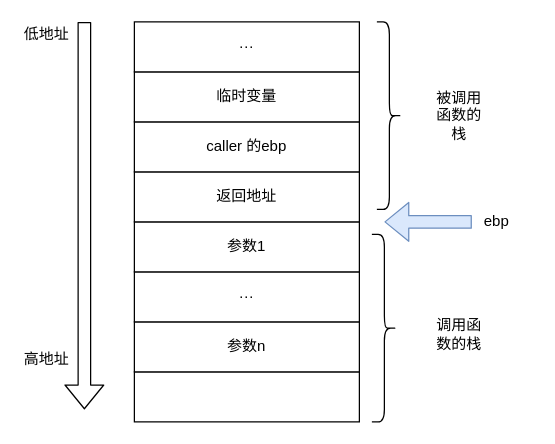
Above: call.drawio in 516030910307/new (draw.io), before the change. Source tidied: cells renumbered, new cells numbered last; positions are measured from the earlier drawing's top-left corner, leaving out a move shared by most shapes. Both pictures are drawn from the tidied source at 125%, with x=0, y=0 at pixel (21, 21).
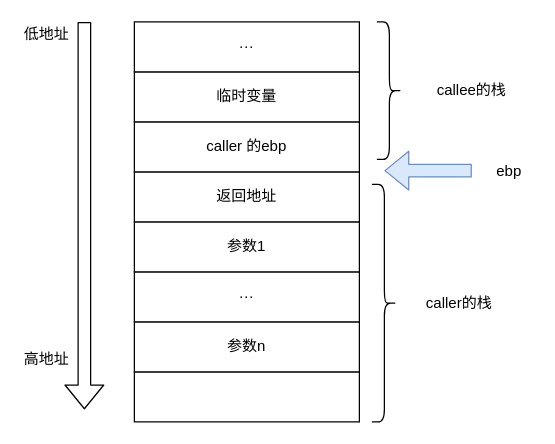
Above is the later version.

Change to the diagram source:
```diff
@@
     <mxCell id="13" style="shape=curlyBracket;whiteSpace=wrap;html=1;rounded=1;rotation=-180;" parent="1" vertex="1">
-      <mxGeometry x="280" y="170" width="20" height="150" as="geometry" />
+      <mxGeometry x="280" y="130" width="20" height="190" as="geometry" />
     </mxCell>
     <mxCell id="14" style="shape=curlyBracket;whiteSpace=wrap;html=1;rounded=1;rotation=-180;" parent="1" vertex="1">
-      <mxGeometry x="284" width="20" height="150" as="geometry" />
+      <mxGeometry x="284" width="20" height="110" as="geometry" />
     </mxCell>
-    <mxCell id="15" value="被调用函数的栈" style="text;html=1;strokeColor=none;fillColor=none;align=center;verticalAlign=middle;whiteSpace=wrap;rounded=0;" parent="1" vertex="1">
-      <mxGeometry x="330" y="65" width="40" height="20" as="geometry" />
+    <mxCell id="15" value="callee的栈" style="text;html=1;strokeColor=none;fillColor=none;align=center;verticalAlign=middle;whiteSpace=wrap;rounded=0;" parent="1" vertex="1">
+      <mxGeometry x="320" y="45" width="80" height="20" as="geometry" />
     </mxCell>
-    <mxCell id="16" value="调用函数的栈" style="text;html=1;strokeColor=none;fillColor=none;align=center;verticalAlign=middle;whiteSpace=wrap;rounded=0;" parent="1" vertex="1">
-      <mxGeometry x="330" y="240" width="40" height="20" as="geometry" />
+    <mxCell id="16" value="caller的栈" style="text;html=1;strokeColor=none;fillColor=none;align=center;verticalAlign=middle;whiteSpace=wrap;rounded=0;" parent="1" vertex="1">
+      <mxGeometry x="310" y="215" width="80" height="20" as="geometry" />
     </mxCell>
     <mxCell id="17" style="shape=flexArrow;endArrow=classic;html=1;fillColor=#dae8fc;strokeColor=#6c8ebf;" parent="1" edge="1">
       <mxGeometry relative="1" as="geometry">
-        <mxPoint x="360" y="160" as="sourcePoint" />
-        <mxPoint x="290" y="160" as="targetPoint" />
+        <mxPoint x="360" y="119" as="sourcePoint" />
+        <mxPoint x="290" y="119" as="targetPoint" />
       </mxGeometry>
     </mxCell>
     <mxCell id="18" value="ebp" style="text;html=1;strokeColor=none;fillColor=none;align=center;verticalAlign=middle;whiteSpace=wrap;rounded=0;" parent="1" vertex="1">
-      <mxGeometry x="360" y="150" width="40" height="20" as="geometry" />
+      <mxGeometry x="370" y="110" width="40" height="20" as="geometry" />
     </mxCell>
```
